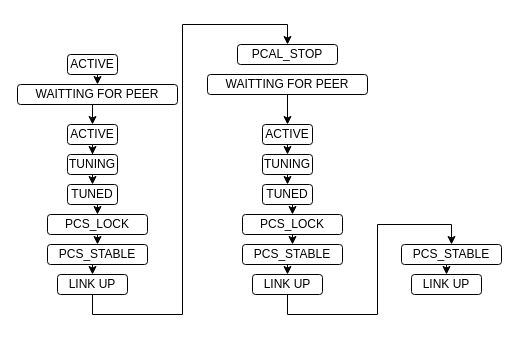
Above: Optics_init_state_transition_history.drawio in kongzhongfeima/draw_io (draw.io), before the change. Source tidied: cells renumbered, new cells numbered last; positions are measured from the earlier drawing's top-left corner, leaving out a move shared by most shapes. Both pictures are drawn from the tidied source at 100%, with x=0, y=0 at pixel (17, 44).
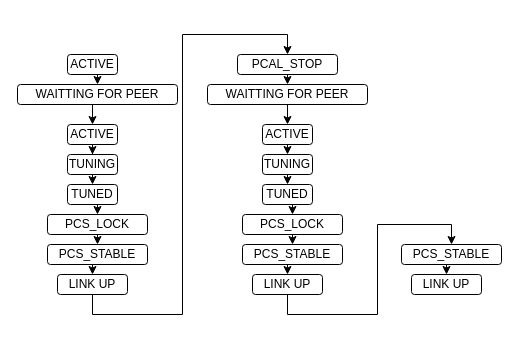
The same page after the edit.

Diff of the diagram source:
```diff
@@
+    <mxCell id="36" style="edgeStyle=orthogonalEdgeStyle;rounded=0;jettySize=auto;html=1;exitX=0.5;exitY=1;exitDx=0;exitDy=0;entryX=0.5;entryY=0;entryDx=0;entryDy=0;" parent="1" edge="1" source="18" target="20">
+      <mxGeometry relative="1" as="geometry" />
+    </mxCell>
     <mxCell id="18" value="PCAL_STOP" style="rounded=1;whiteSpace=wrap;html=1;" parent="1" vertex="1">
-      <mxGeometry x="220" width="100" height="20" as="geometry" />
+      <mxGeometry x="220" y="10" width="100" height="20" as="geometry" />
     </mxCell>
@@
     <mxCell id="20" value="WAITTING FOR PEER" style="rounded=1;whiteSpace=wrap;html=1;" parent="1" vertex="1">
-      <mxGeometry x="190" y="30" width="160" height="20" as="geometry" />
+      <mxGeometry x="190" y="40" width="160" height="20" as="geometry" />
     </mxCell>
```
